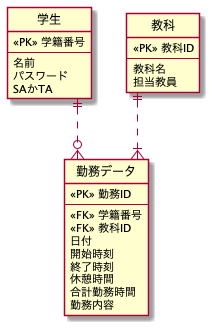
Earlier version of the PlantUML export documents/DB.png (Aruminium/param-api).
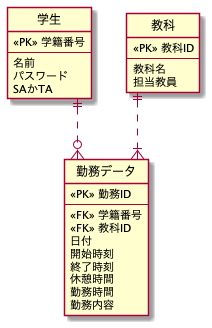
The same file after the commit.

What changed in the source:
```diff
@@ -26,7 +26,7 @@
   開始時刻
   終了時刻
   休憩時間
-  合計勤務時間
+  勤務時間
   勤務内容
 }
 
```
